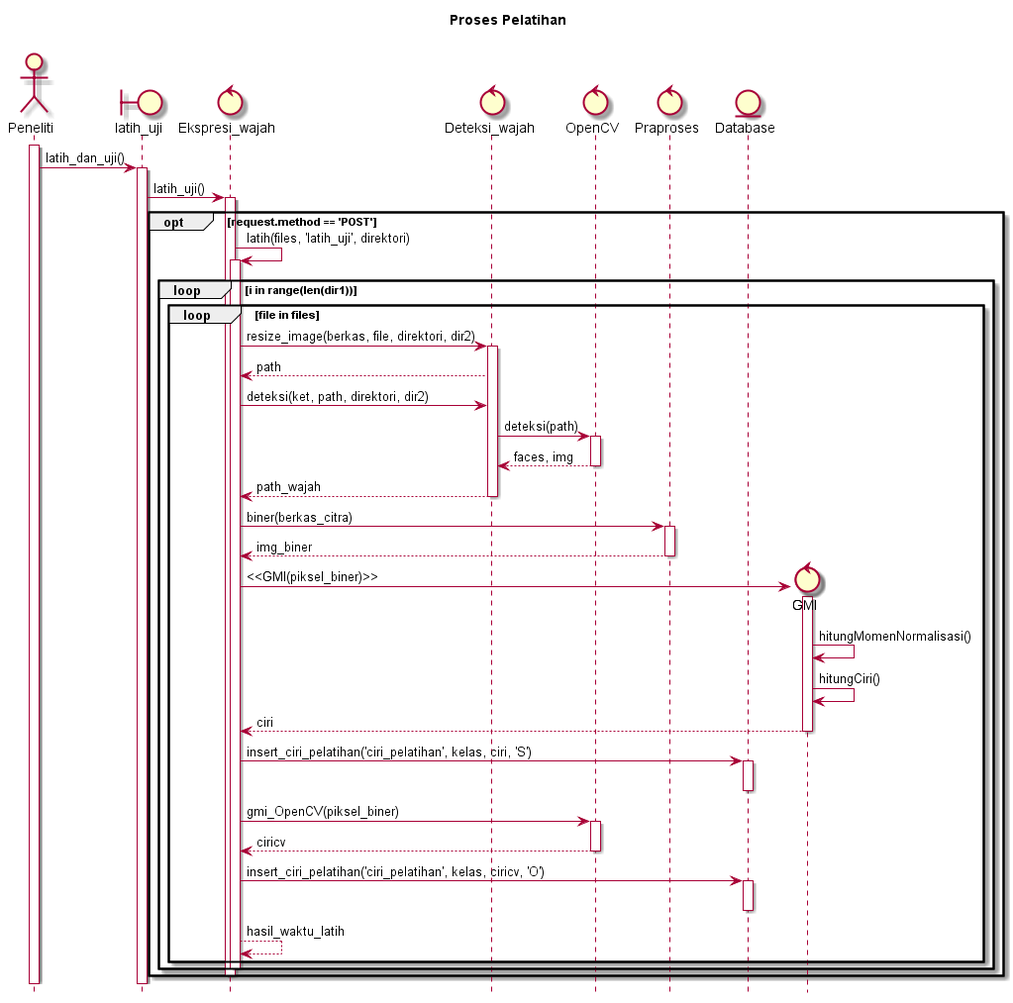
This is diagram/SD_pelatihan.png from ayulestari10/gmisvm, a PlantUML export, as it was before one commit.
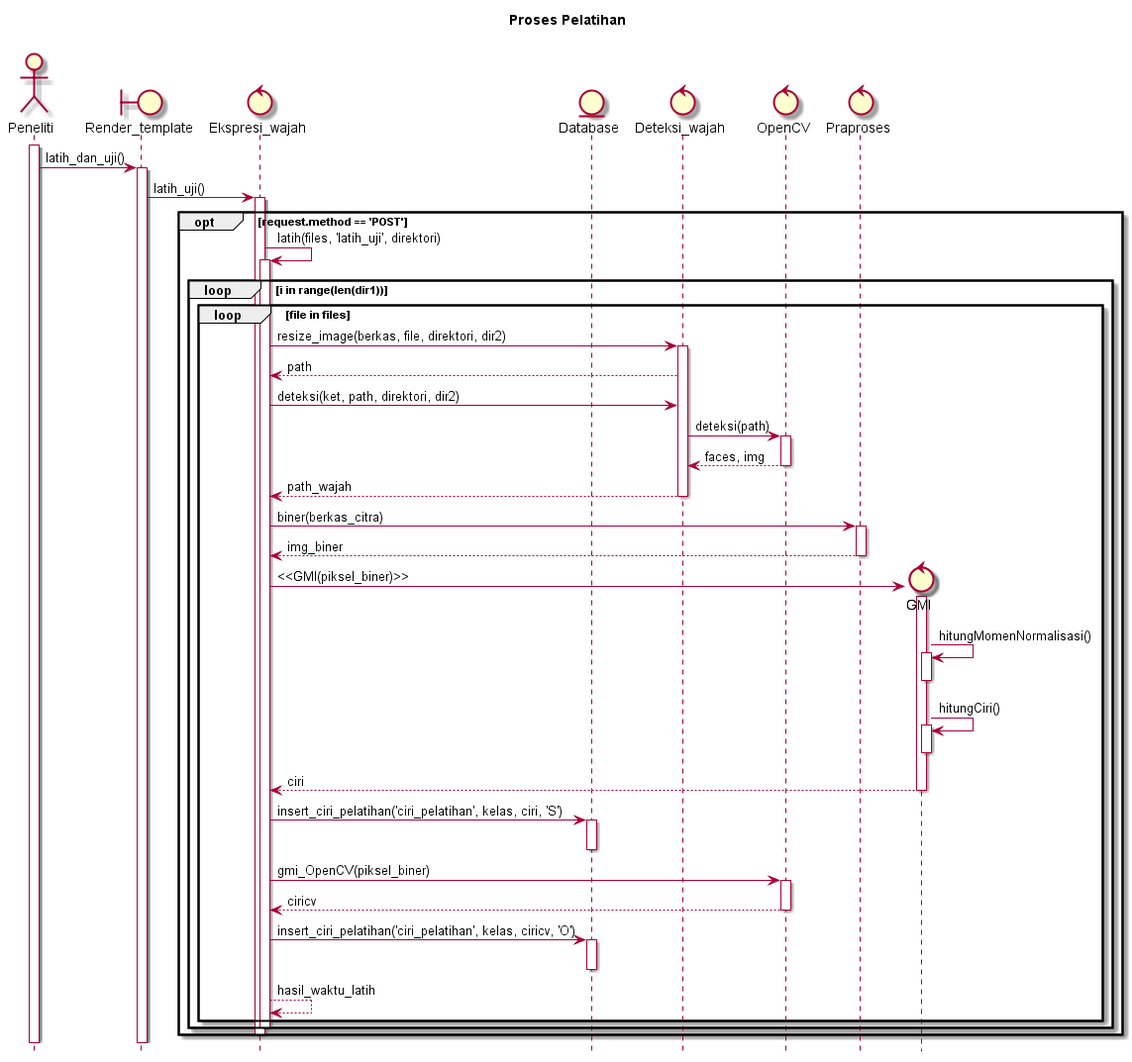
Above is the later version.

What changed in the source:
```diff
@@ -3,17 +3,17 @@
 title Proses Pelatihan\n
 
 actor Peneliti
-boundary latih_uji
+boundary Render_template
 control Ekspresi_wajah
+entity Database
 control Deteksi_wajah
 control OpenCV
 control Praproses
-entity Database
 
 activate Peneliti
-Peneliti -> latih_uji : latih_dan_uji()
-activate latih_uji
-latih_uji -> Ekspresi_wajah : latih_uji()
+Peneliti -> Render_template : latih_dan_uji()
+activate Render_template
+Render_template -> Ekspresi_wajah : latih_uji()
 activate Ekspresi_wajah
 	opt request.method == 'POST'
 
@@ -43,7 +43,11 @@
 				Ekspresi_wajah -> GMI : <<GMI(piksel_biner)>>
 				activate GMI
 				GMI -> GMI : hitungMomenNormalisasi()
+				activate GMI
+				deactivate GMI
 				GMI -> GMI : hitungCiri()
+				activate GMI
+				deactivate GMI
 				GMI --> Ekspresi_wajah : ciri
 				deactivate GMI
 				Ekspresi_wajah -> Database : insert_ciri_pelatihan('ciri_pelatihan', kelas, ciri, 'S')
```
